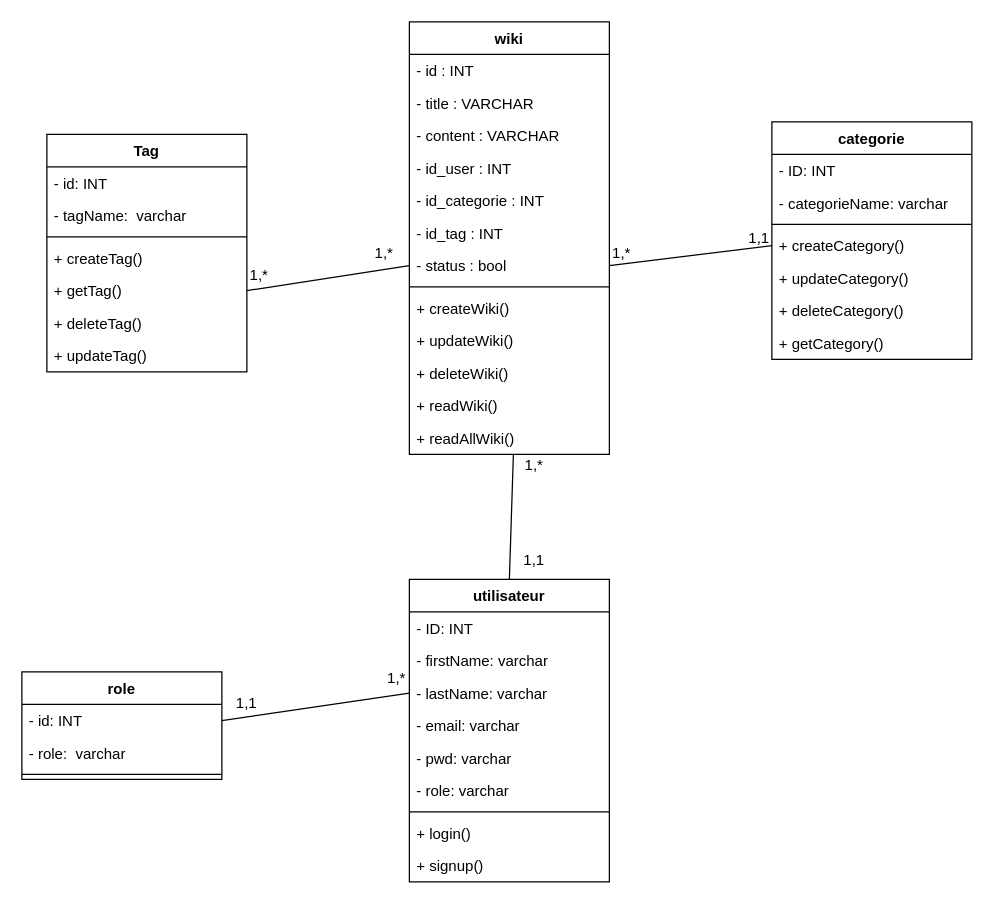
The draw.io diagram digramClass..drawio in YFakihi/gestion-des-wikis, before the edit. Source tidied: cells renumbered, new cells numbered last; positions are measured from the earlier drawing's top-left corner, leaving out a move shared by most shapes. Both pictures are drawn from the tidied source at 125%, with x=0, y=0 at pixel (21, 21).
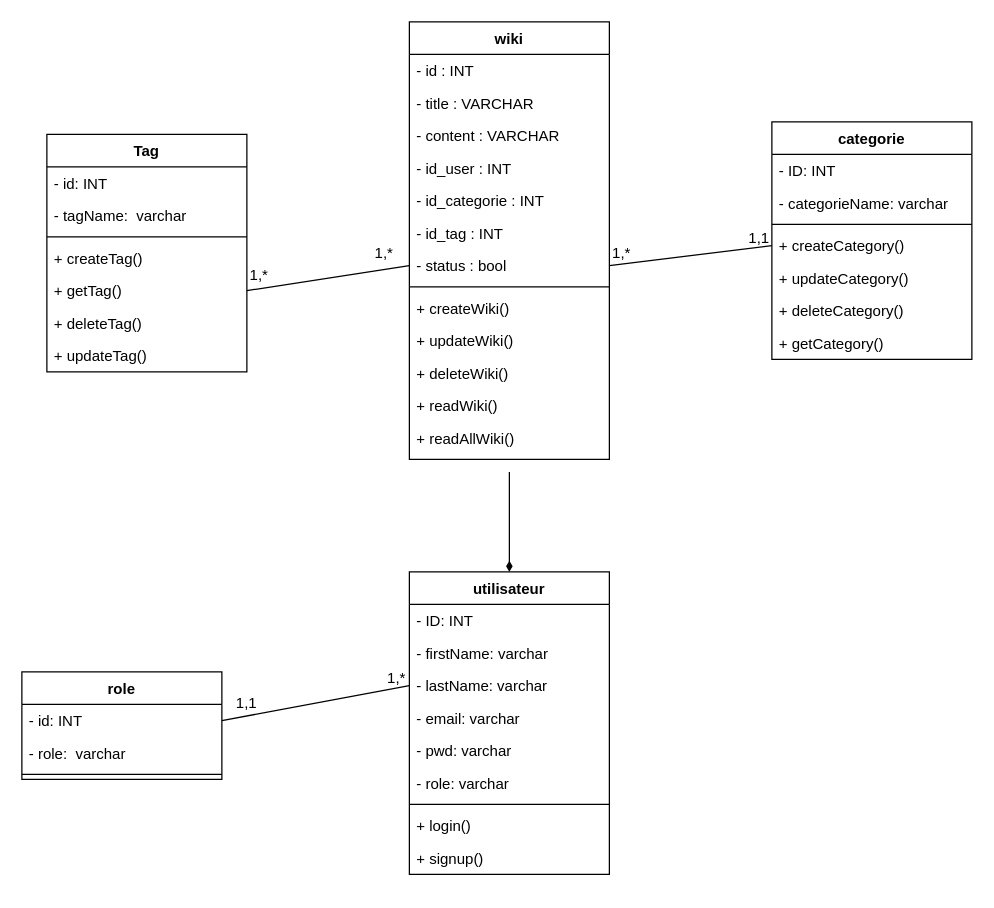
Above is the later version.

Diff of the diagram source:
```diff
@@
     <mxCell id="2" value="utilisateur" style="swimlane;fontStyle=1;align=center;verticalAlign=top;horizontal=1;startSize=26;" parent="1" vertex="1">
-      <mxGeometry x="310" y="446" width="160" height="242" as="geometry" />
+      <mxGeometry x="310" y="440" width="160" height="242" as="geometry" />
     </mxCell>
@@
+    <mxCell id="58" style="edgeStyle=none;html=1;strokeWidth=1;endArrow=diamondThin;endFill=1;entryX=0.5;entryY=0;entryDx=0;entryDy=0;" parent="1" edge="1" target="2">
+      <mxGeometry relative="1" as="geometry">
+        <mxPoint x="390" y="360" as="sourcePoint" />
+      </mxGeometry>
+    </mxCell>
     <mxCell id="12" value="wiki" style="swimlane;fontStyle=1;align=center;verticalAlign=top;horizontal=1;startSize=26;" parent="1" vertex="1">
-      <mxGeometry x="310" width="160" height="346" as="geometry" />
+      <mxGeometry x="310" width="160" height="350" as="geometry" />
     </mxCell>
@@
     <mxCell id="25" value="+ readAllWiki()" style="text;strokeColor=none;fillColor=none;align=left;verticalAlign=top;spacingLeft=4;spacingRight=4;overflow=hidden;points=[[0,0.5],[1,0.5]];portConstraint=eastwest;" parent="12" vertex="1">
-      <mxGeometry y="320" width="160" height="26" as="geometry" />
+      <mxGeometry y="320" width="160" height="30" as="geometry" />
     </mxCell>
@@
-    <mxCell id="47" style="endArrow=none;html=1;entryX=0.52;entryY=1.004;entryDx=0;entryDy=0;exitX=0.5;exitY=0;exitDx=0;exitDy=0;entryPerimeter=0;" parent="1" edge="1" source="2" target="25">
-      <mxGeometry relative="1" as="geometry" />
-    </mxCell>
@@
-    <mxCell id="52" value="1,1" style="text;html=1;strokeColor=none;fillColor=none;align=center;verticalAlign=middle;whiteSpace=wrap;rounded=0;" parent="1" vertex="1">
-      <mxGeometry x="380" y="416" width="60" height="30" as="geometry" />
-    </mxCell>
@@
-    <mxCell id="54" value="1,*" style="text;html=1;strokeColor=none;fillColor=none;align=center;verticalAlign=middle;whiteSpace=wrap;rounded=0;" parent="1" vertex="1">
-      <mxGeometry x="380" y="340" width="60" height="30" as="geometry" />
-    </mxCell>
```
